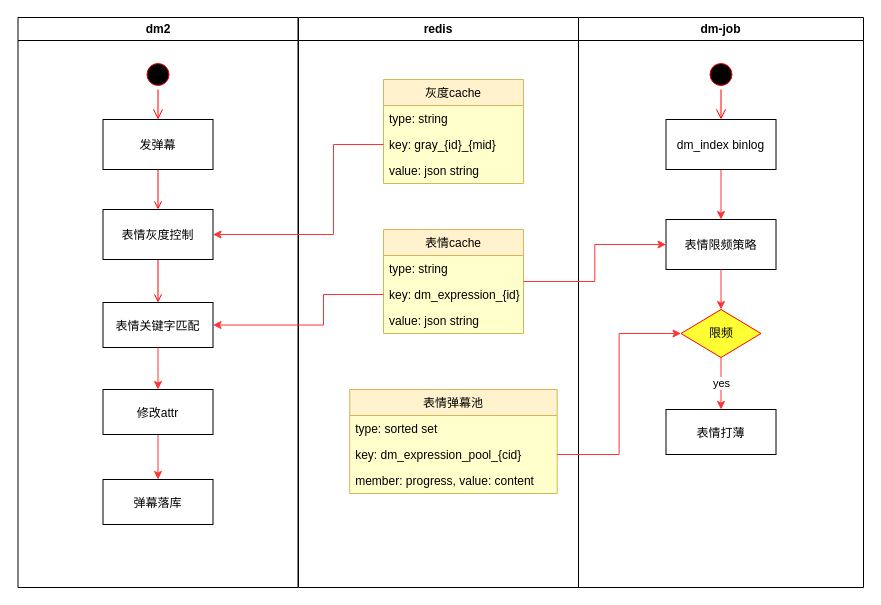
rumblechen/draw keeps this draw.io diagram as 未命名绘图.drawio. Above is the earlier version. Source tidied: cells renumbered, new cells numbered last; positions are measured from the earlier drawing's top-left corner, leaving out a move shared by most shapes. Both pictures are drawn from the tidied source at 100%, with x=0, y=0 at pixel (17, 17).
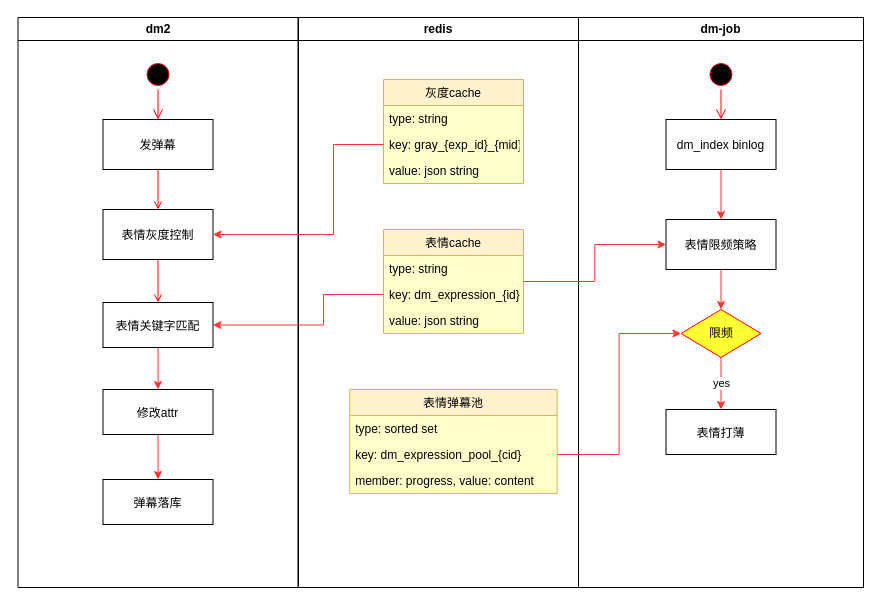
The same page after the edit.

The change refers to these unchanged cells:
```xml
<mxCell id="33" value="灰度cache" style="swimlane;fontStyle=0;horizontal=1;startSize=26;fillColor=#fff2cc;strokeColor=#d6b656;rounded=0;shadow=0;swimlaneFillColor=#FFFFCC;glass=0;sketch=0;" parent="24" vertex="1">
  <mxGeometry x="85" y="62" width="140" height="104" as="geometry" />
</mxCell>
```

What changed in the source:
```diff
@@
-    <mxCell id="35" value="key: gray_{id}_{mid}" style="text;strokeColor=none;fillColor=none;align=left;verticalAlign=top;spacingLeft=4;spacingRight=4;overflow=hidden;points=[[0,0.5],[1,0.5]];portConstraint=eastwest;" parent="33" vertex="1">
+    <mxCell id="35" value="key: gray_{exp_id}_{mid}" style="text;strokeColor=none;fillColor=none;align=left;verticalAlign=top;spacingLeft=4;spacingRight=4;overflow=hidden;points=[[0,0.5],[1,0.5]];portConstraint=eastwest;" parent="33" vertex="1">
       <mxGeometry y="52" width="140" height="26" as="geometry" />
     </mxCell>
```
